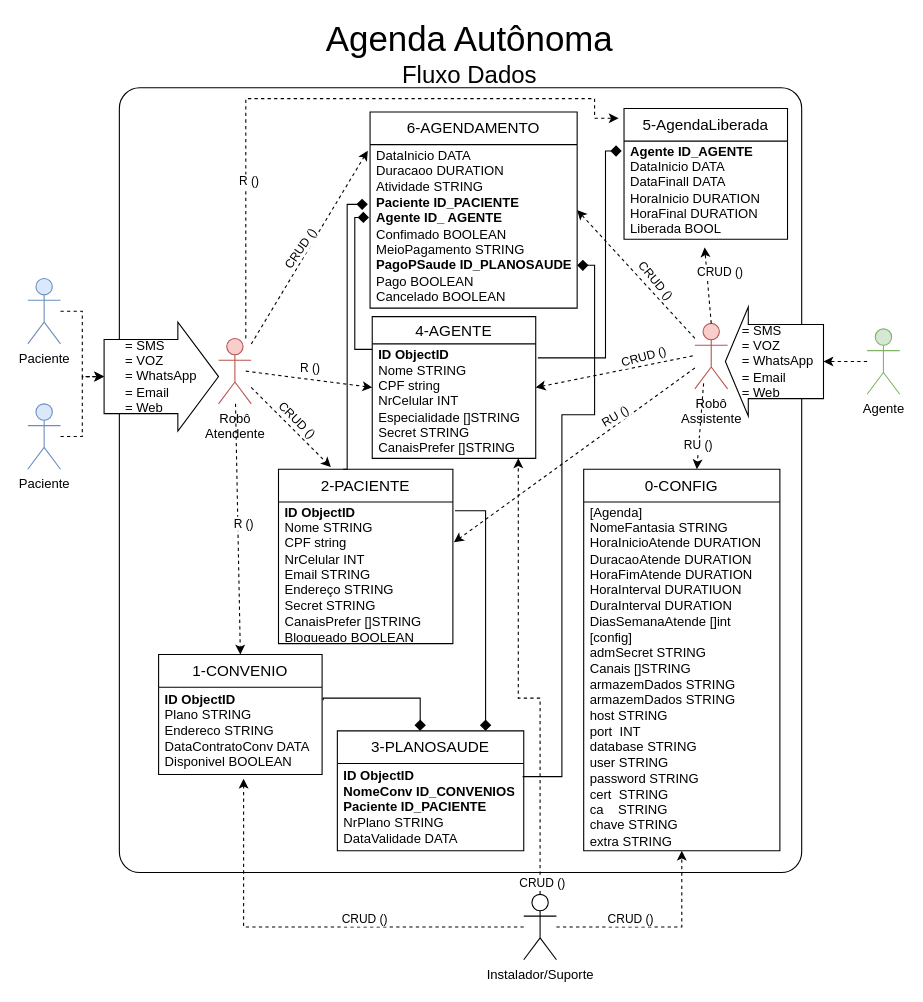
This is page "Página-1" (1 of 2) of Agenda.drawio from gunboe/Agenda, a draw.io file, before an edit. Source tidied: cells renumbered, new cells numbered last; positions are measured from the earlier drawing's top-left corner, leaving out a move shared by most shapes. Both pictures are drawn from the tidied source at 109%, with x=0, y=0 at pixel (27, 21).
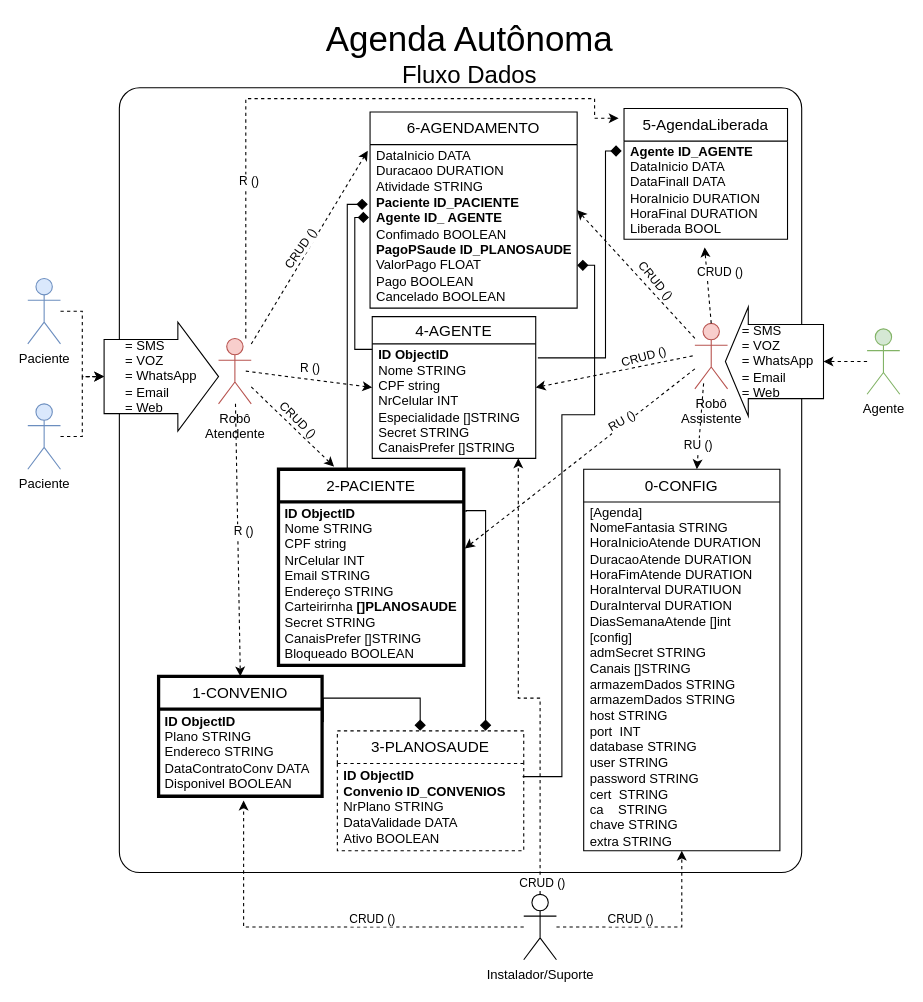
The same diagram, later.

Commit message:
Atualização com Heytor Agenda.drawio

Unchanged cells that the change refers to:
```xml
<mxCell id="8" value="&lt;font style=&quot;font-size: 14px;&quot;&gt;6-AGENDAMENTO&lt;/font&gt;" style="swimlane;fontStyle=0;horizontal=1;startSize=30;whiteSpace=wrap;html=1;" parent="1" vertex="1">
  <mxGeometry x="314" y="83.2" width="190" height="180" as="geometry" />
</mxCell>
```

Diff of the diagram source:
```diff
@@
-    <mxCell id="9" value="DataInicio DATA&lt;br style=&quot;border-color: var(--border-color); text-align: center;&quot;&gt;&lt;span style=&quot;text-align: center;&quot;&gt;Duracaoo DURATION&lt;/span&gt;&lt;br style=&quot;border-color: var(--border-color); text-align: center;&quot;&gt;&lt;span style=&quot;text-align: center;&quot;&gt;Atividade STRING&lt;/span&gt;&lt;br style=&quot;border-color: var(--border-color); text-align: center;&quot;&gt;&lt;b&gt;Paciente ID_PACIENTE&lt;/b&gt;&lt;br style=&quot;border-color: var(--border-color);&quot;&gt;&lt;span style=&quot;text-align: center;&quot;&gt;&lt;b&gt;Agente ID_ AGENTE&lt;/b&gt;&lt;/span&gt;&lt;br style=&quot;border-color: var(--border-color); text-align: center;&quot;&gt;&lt;span style=&quot;text-align: center;&quot;&gt;Confimado BOOLEAN&lt;/span&gt;&lt;span style=&quot;text-align: center;&quot;&gt;&lt;br&gt;MeioPagamento STRING&lt;br&gt;&lt;b&gt;PagoPSaude ID_PLANOSAUDE&lt;/b&gt;&lt;br&gt;Pago BOOLEAN&lt;br&gt;Cancelado BOOLEAN&lt;br&gt;&lt;/span&gt;" style="text;strokeColor=none;fillColor=none;align=left;verticalAlign=middle;spacingLeft=4;spacingRight=4;overflow=hidden;points=[[0,0.5],[1,0.5]];portConstraint=eastwest;whiteSpace=wrap;html=1;" parent="8" vertex="1">
+    <mxCell id="9" value="DataInicio DATA&lt;br style=&quot;border-color: var(--border-color); text-align: center;&quot;&gt;&lt;span style=&quot;text-align: center;&quot;&gt;Duracaoo DURATION&lt;/span&gt;&lt;br style=&quot;border-color: var(--border-color); text-align: center;&quot;&gt;&lt;span style=&quot;text-align: center;&quot;&gt;Atividade STRING&lt;/span&gt;&lt;br style=&quot;border-color: var(--border-color); text-align: center;&quot;&gt;&lt;b&gt;Paciente ID_PACIENTE&lt;/b&gt;&lt;br style=&quot;border-color: var(--border-color);&quot;&gt;&lt;span style=&quot;text-align: center;&quot;&gt;&lt;b&gt;Agente ID_ AGENTE&lt;/b&gt;&lt;/span&gt;&lt;br style=&quot;border-color: var(--border-color); text-align: center;&quot;&gt;&lt;span style=&quot;text-align: center;&quot;&gt;Confimado BOOLEAN&lt;/span&gt;&lt;span style=&quot;text-align: center;&quot;&gt;&lt;br&gt;&lt;b&gt;PagoPSaude ID_PLANOSAUDE&lt;br&gt;&lt;/b&gt;ValorPago FLOAT&lt;br&gt;Pago BOOLEAN&lt;br&gt;Cancelado BOOLEAN&lt;br&gt;&lt;/span&gt;" style="text;strokeColor=none;fillColor=none;align=left;verticalAlign=middle;spacingLeft=4;spacingRight=4;overflow=hidden;points=[[0,0.5],[1,0.5]];portConstraint=eastwest;whiteSpace=wrap;html=1;" parent="8" vertex="1">
       <mxGeometry y="30" width="190" height="150" as="geometry" />
     </mxCell>
@@
-    <mxCell id="12" value="&lt;font style=&quot;font-size: 14px;&quot;&gt;2-PACIENTE&lt;/font&gt;" style="swimlane;fontStyle=0;horizontal=1;startSize=30;whiteSpace=wrap;html=1;" parent="1" vertex="1">
-      <mxGeometry x="230" y="411" width="160" height="160" as="geometry" />
+    <mxCell id="12" value="&lt;font style=&quot;font-size: 14px;&quot;&gt;2-PACIENTE&lt;/font&gt;" style="swimlane;fontStyle=0;horizontal=1;startSize=30;whiteSpace=wrap;html=1;strokeWidth=3;" parent="1" vertex="1">
+      <mxGeometry x="230" y="411" width="170" height="180" as="geometry" />
     </mxCell>
-    <mxCell id="13" value="&lt;b style=&quot;border-color: var(--border-color);&quot;&gt;ID ObjectID&lt;br style=&quot;border-color: var(--border-color);&quot;&gt;&lt;/b&gt;Nome STRING&lt;br&gt;CPF string&lt;br&gt;NrCelular INT&lt;br&gt;Email STRING&lt;br&gt;Endereço STRING&lt;br&gt;Secret STRING&lt;br&gt;CanaisPrefer []STRING&lt;br&gt;Bloqueado BOOLEAN" style="text;strokeColor=none;fillColor=none;align=left;verticalAlign=middle;spacingLeft=4;spacingRight=4;overflow=hidden;points=[[0,0.5],[1,0.5]];portConstraint=eastwest;whiteSpace=wrap;html=1;" parent="12" vertex="1">
-      <mxGeometry y="30" width="160" height="130" as="geometry" />
+    <mxCell id="13" value="&lt;b style=&quot;border-color: var(--border-color);&quot;&gt;ID ObjectID&lt;br style=&quot;border-color: var(--border-color);&quot;&gt;&lt;/b&gt;Nome STRING&lt;br&gt;CPF string&lt;br&gt;NrCelular INT&lt;br&gt;Email STRING&lt;br&gt;Endereço STRING&lt;br&gt;Carteirirnha &lt;b&gt;[]PLANOSAUDE&lt;/b&gt;&lt;br&gt;Secret STRING&lt;br&gt;CanaisPrefer []STRING&lt;br&gt;Bloqueado BOOLEAN" style="text;strokeColor=none;fillColor=none;align=left;verticalAlign=middle;spacingLeft=4;spacingRight=4;overflow=hidden;points=[[0,0.5],[1,0.5]];portConstraint=eastwest;whiteSpace=wrap;html=1;" parent="12" vertex="1">
+      <mxGeometry y="30" width="170" height="150" as="geometry" />
     </mxCell>
@@
-    <mxCell id="36" value="&lt;font style=&quot;font-size: 14px;&quot;&gt;3-PLANOSAUDE&lt;/font&gt;" style="swimlane;fontStyle=0;horizontal=1;startSize=30;whiteSpace=wrap;html=1;" parent="1" vertex="1">
+    <mxCell id="36" value="&lt;font style=&quot;font-size: 14px;&quot;&gt;3-PLANOSAUDE&lt;/font&gt;" style="swimlane;fontStyle=0;horizontal=1;startSize=30;whiteSpace=wrap;html=1;dashed=1;" parent="1" vertex="1">
       <mxGeometry x="284" y="651" width="171" height="110" as="geometry" />
     </mxCell>
-    <mxCell id="37" value="&lt;b style=&quot;border-color: var(--border-color);&quot;&gt;ID ObjectID&lt;br style=&quot;border-color: var(--border-color);&quot;&gt;&lt;/b&gt;&lt;b&gt;NomeConv ID_CONVENIOS&lt;br&gt;Paciente ID_PACIENTE&lt;/b&gt;&lt;br&gt;NrPlano STRING&lt;br&gt;DataValidade DATA" style="text;strokeColor=none;fillColor=none;align=left;verticalAlign=middle;spacingLeft=4;spacingRight=4;overflow=hidden;points=[[0,0.5],[1,0.5]];portConstraint=eastwest;whiteSpace=wrap;html=1;" parent="36" vertex="1">
+    <mxCell id="37" value="&lt;b style=&quot;border-color: var(--border-color);&quot;&gt;ID ObjectID&lt;br style=&quot;border-color: var(--border-color);&quot;&gt;&lt;/b&gt;&lt;b&gt;Convenio ID_CONVENIOS&lt;br&gt;&lt;/b&gt;NrPlano STRING&lt;br&gt;DataValidade DATA&lt;br&gt;Ativo BOOLEAN" style="text;strokeColor=none;fillColor=none;align=left;verticalAlign=middle;spacingLeft=4;spacingRight=4;overflow=hidden;points=[[0,0.5],[1,0.5]];portConstraint=eastwest;whiteSpace=wrap;html=1;" parent="36" vertex="1">
       <mxGeometry y="30" width="171" height="80" as="geometry" />
     </mxCell>
@@
-    <mxCell id="55" value="&lt;font style=&quot;font-size: 14px;&quot;&gt;1-CONVENIO&lt;/font&gt;" style="swimlane;fontStyle=0;horizontal=1;startSize=30;whiteSpace=wrap;html=1;" parent="1" vertex="1">
-      <mxGeometry x="120" y="581" width="150" height="110" as="geometry" />
+    <mxCell id="55" value="&lt;font style=&quot;font-size: 14px;&quot;&gt;1-CONVENIO&lt;/font&gt;" style="swimlane;fontStyle=0;horizontal=1;startSize=30;whiteSpace=wrap;html=1;strokeWidth=3;" parent="1" vertex="1">
+      <mxGeometry x="120" y="601" width="150" height="110" as="geometry" />
     </mxCell>
```
